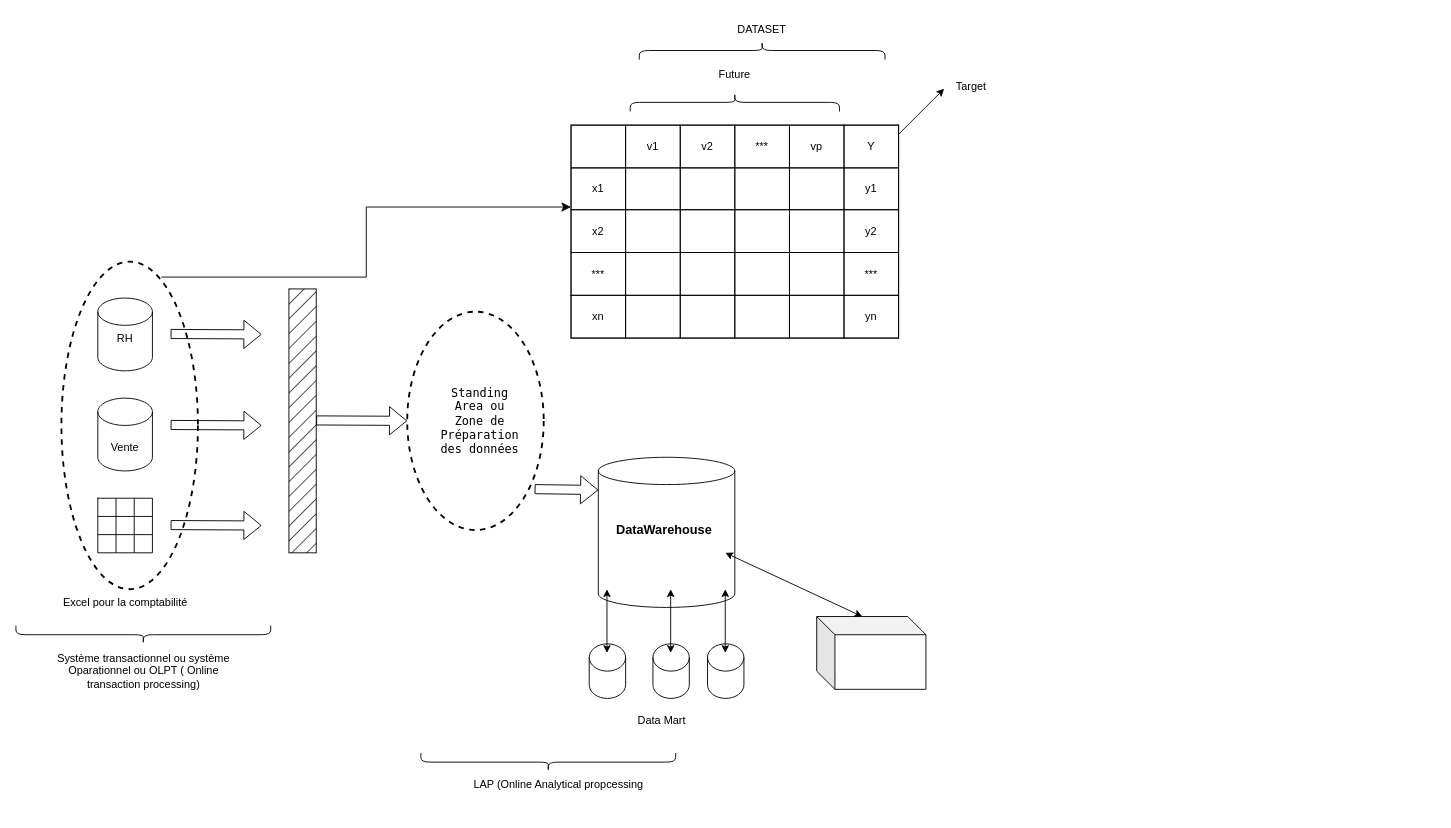
Earlier version of the draw.io diagram Diagramme sans nom.drawio (MasirikaConstantin/CURRICULUM-VITAE). Source tidied: cells renumbered, new cells numbered last; positions are measured from the earlier drawing's top-left corner, leaving out a move shared by most shapes. Both pictures are drawn from the tidied source at 91%, with x=0, y=0 at pixel (23, -73).
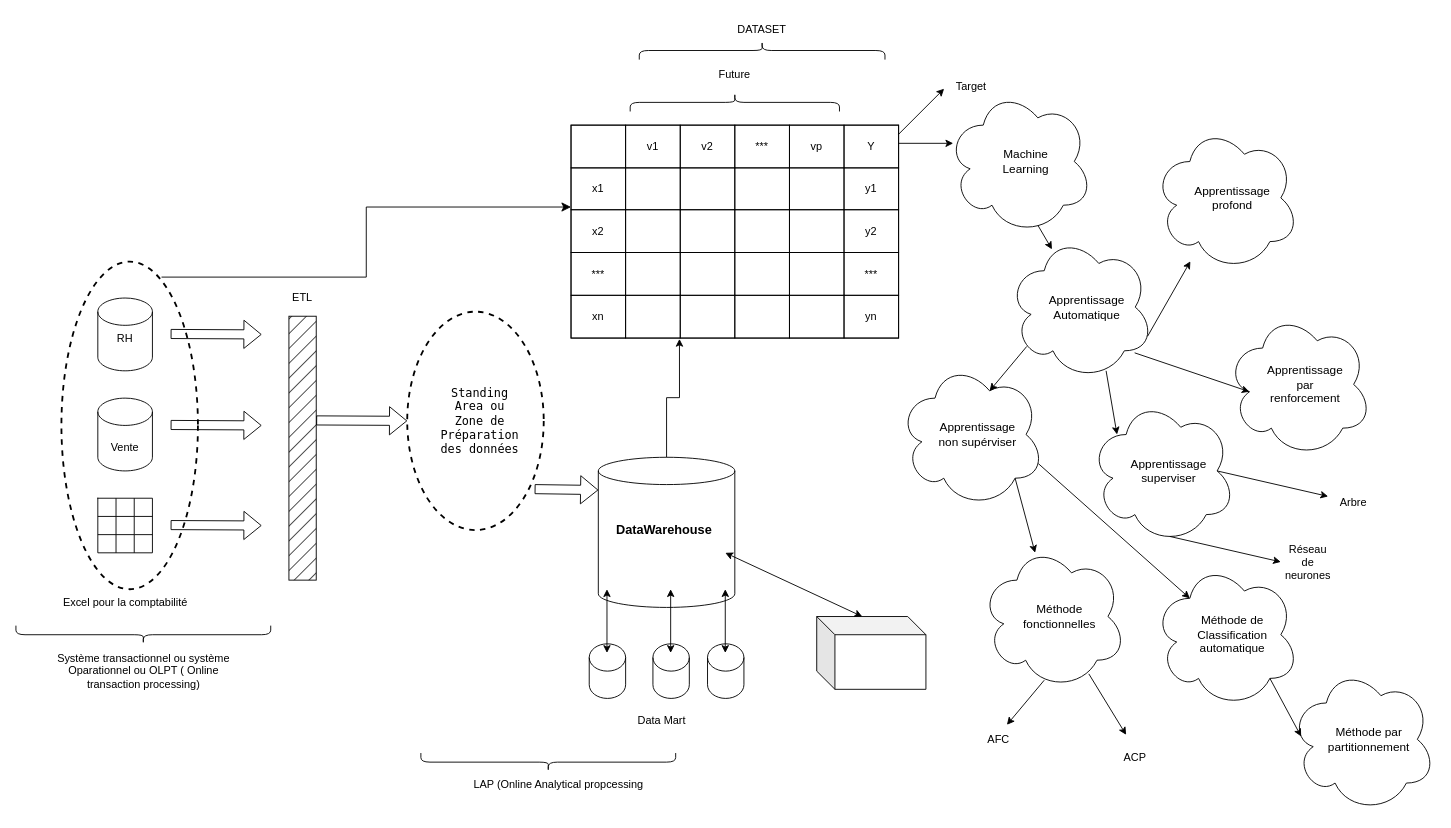
The same diagram, later.

Commit message (it also covers changes not shown here):
Mettre à jour Diagramme sans nom.drawio

The change refers to these unchanged cells:
```xml
<mxCell id="28" style="shape=cylinder3;whiteSpace=wrap;html=1;boundedLbl=1;backgroundOutline=1;size=15;" parent="1" vertex="1">
  <mxGeometry x="632" y="582" width="150" height="165" as="geometry" />
</mxCell>
<mxCell id="68" style="shape=tableRow;horizontal=0;startSize=0;swimlaneHead=0;swimlaneBody=0;top=0;left=0;bottom=0;right=0;fontStyle=0;fillColor=none;strokeColor=inherit;" parent="39" vertex="1">
  <mxGeometry y="187" width="360" height="47" as="geometry" />
</mxCell>
```

What changed in the source:
```diff
@@
     <mxCell id="24" style="rounded=0;whiteSpace=wrap;html=1;fillStyle=hatch;fillColor=#000000;" parent="1" vertex="1">
-      <mxGeometry x="292" y="397" width="30" height="290" as="geometry" />
+      <mxGeometry x="292" y="427" width="30" height="290" as="geometry" />
     </mxCell>
@@
+    <mxCell id="87" style="endArrow=classic;html=1;rounded=0;" parent="1" edge="1">
+      <mxGeometry relative="1" as="geometry">
+        <mxPoint x="962" y="237" as="sourcePoint" />
+        <mxPoint x="1022" y="237" as="targetPoint" />
+      </mxGeometry>
+    </mxCell>
+    <mxCell id="88" style="group;" parent="1" vertex="1">
+      <mxGeometry x="1015" y="177" width="160" height="160" as="geometry" />
+    </mxCell>
+    <mxCell id="89" style="ellipse;shape=cloud;whiteSpace=wrap;html=1;" parent="88" vertex="1">
+      <mxGeometry width="160" height="160" as="geometry" />
+    </mxCell>
+    <mxCell id="90" value="Machine Learning" style="text;strokeColor=none;align=center;fillColor=none;html=1;verticalAlign=middle;whiteSpace=wrap;rounded=0;fontSize=13;" parent="88" vertex="1">
+      <mxGeometry x="37" y="50" width="100" height="60" as="geometry" />
+    </mxCell>
+    <mxCell id="91" style="endArrow=classic;html=1;rounded=0;entryX=0.303;entryY=0.103;entryDx=0;entryDy=0;entryPerimeter=0;" parent="88" edge="1" target="93">
+      <mxGeometry relative="1" as="geometry">
+        <mxPoint x="100" y="150" as="sourcePoint" />
+      </mxGeometry>
+    </mxCell>
+    <mxCell id="92" style="group;" parent="1" vertex="1">
+      <mxGeometry x="1082" y="337" width="160" height="160" as="geometry" />
+    </mxCell>
+    <mxCell id="93" style="ellipse;shape=cloud;whiteSpace=wrap;html=1;" parent="92" vertex="1">
+      <mxGeometry width="160" height="160" as="geometry" />
+    </mxCell>
+    <mxCell id="94" value="Apprentissage Automatique" style="text;strokeColor=none;align=center;fillColor=none;html=1;verticalAlign=middle;whiteSpace=wrap;rounded=0;fontSize=13;" parent="92" vertex="1">
+      <mxGeometry x="37" y="50" width="100" height="60" as="geometry" />
+    </mxCell>
+    <mxCell id="95" style="endArrow=classic;html=1;rounded=0;" parent="92" edge="1">
+      <mxGeometry relative="1" as="geometry">
+        <mxPoint x="108" y="150" as="sourcePoint" />
+        <mxPoint x="120" y="220" as="targetPoint" />
+      </mxGeometry>
+    </mxCell>
+    <mxCell id="96" style="group;" parent="1" vertex="1">
+      <mxGeometry x="1172" y="517" width="160" height="160" as="geometry" />
+    </mxCell>
+    <mxCell id="97" style="ellipse;shape=cloud;whiteSpace=wrap;html=1;" parent="96" vertex="1">
+      <mxGeometry width="160" height="160" as="geometry" />
+    </mxCell>
+    <mxCell id="98" value="Apprentissage superviser" style="text;strokeColor=none;align=center;fillColor=none;html=1;verticalAlign=middle;whiteSpace=wrap;rounded=0;fontSize=13;" parent="96" vertex="1">
+      <mxGeometry x="37" y="50" width="100" height="60" as="geometry" />
+    </mxCell>
+    <mxCell id="99" style="group;" parent="1" vertex="1">
+      <mxGeometry x="1322" y="422" width="160" height="160" as="geometry" />
+    </mxCell>
+    <mxCell id="100" style="ellipse;shape=cloud;whiteSpace=wrap;html=1;" parent="99" vertex="1">
+      <mxGeometry width="160" height="160" as="geometry" />
+    </mxCell>
+    <mxCell id="101" value="Apprentissage par renforcement" style="text;strokeColor=none;align=center;fillColor=none;html=1;verticalAlign=middle;whiteSpace=wrap;rounded=0;fontSize=13;" parent="99" vertex="1">
+      <mxGeometry x="37" y="50" width="100" height="60" as="geometry" />
+    </mxCell>
+    <mxCell id="102" style="group;" parent="1" vertex="1">
+      <mxGeometry x="962" y="477" width="160" height="160" as="geometry" />
+    </mxCell>
+    <mxCell id="103" style="ellipse;shape=cloud;whiteSpace=wrap;html=1;" parent="102" vertex="1">
+      <mxGeometry width="160" height="160" as="geometry" />
+    </mxCell>
+    <mxCell id="104" value="Apprentissage non supérviser" style="text;strokeColor=none;align=center;fillColor=none;html=1;verticalAlign=middle;whiteSpace=wrap;rounded=0;fontSize=13;" parent="102" vertex="1">
+      <mxGeometry x="37" y="50" width="100" height="60" as="geometry" />
+    </mxCell>
+    <mxCell id="105" style="group;" parent="1" vertex="1">
+      <mxGeometry x="1052" y="677" width="160" height="160" as="geometry" />
+    </mxCell>
+    <mxCell id="106" style="ellipse;shape=cloud;whiteSpace=wrap;html=1;" parent="105" vertex="1">
+      <mxGeometry width="160" height="160" as="geometry" />
+    </mxCell>
+    <mxCell id="107" value="Méthode fonctionnelles" style="text;strokeColor=none;align=center;fillColor=none;html=1;verticalAlign=middle;whiteSpace=wrap;rounded=0;fontSize=13;" parent="105" vertex="1">
+      <mxGeometry x="37" y="50" width="100" height="60" as="geometry" />
+    </mxCell>
+    <mxCell id="108" style="group;" parent="1" vertex="1">
+      <mxGeometry x="1242" y="697" width="160" height="160" as="geometry" />
+    </mxCell>
+    <mxCell id="109" style="ellipse;shape=cloud;whiteSpace=wrap;html=1;" parent="108" vertex="1">
+      <mxGeometry width="160" height="160" as="geometry" />
+    </mxCell>
+    <mxCell id="110" value="Méthode de Classification automatique" style="text;strokeColor=none;align=center;fillColor=none;html=1;verticalAlign=middle;whiteSpace=wrap;rounded=0;fontSize=13;" parent="108" vertex="1">
+      <mxGeometry x="37" y="50" width="100" height="60" as="geometry" />
+    </mxCell>
+    <mxCell id="111" style="group;" parent="1" vertex="1">
+      <mxGeometry x="1242" y="217" width="160" height="160" as="geometry" />
+    </mxCell>
+    <mxCell id="112" style="ellipse;shape=cloud;whiteSpace=wrap;html=1;" parent="111" vertex="1">
+      <mxGeometry width="160" height="160" as="geometry" />
+    </mxCell>
+    <mxCell id="113" value="Apprentissage profond" style="text;strokeColor=none;align=center;fillColor=none;html=1;verticalAlign=middle;whiteSpace=wrap;rounded=0;fontSize=13;" parent="111" vertex="1">
+      <mxGeometry x="37" y="50" width="100" height="60" as="geometry" />
+    </mxCell>
+    <mxCell id="114" style="endArrow=classic;html=1;rounded=0;exitX=0.13;exitY=0.77;exitDx=0;exitDy=0;exitPerimeter=0;entryX=0.625;entryY=0.2;entryDx=0;entryDy=0;entryPerimeter=0;" parent="1" edge="1" source="93" target="103">
+      <mxGeometry relative="1" as="geometry" />
+    </mxCell>
+    <mxCell id="115" style="endArrow=classic;html=1;rounded=0;exitX=0.8;exitY=0.8;exitDx=0;exitDy=0;exitPerimeter=0;" parent="1" edge="1" source="103">
+      <mxGeometry relative="1" as="geometry">
+        <mxPoint x="1112" y="687" as="targetPoint" />
+      </mxGeometry>
+    </mxCell>
+    <mxCell id="116" style="endArrow=classic;html=1;rounded=0;exitX=0.13;exitY=0.77;exitDx=0;exitDy=0;exitPerimeter=0;entryX=0.625;entryY=0.2;entryDx=0;entryDy=0;entryPerimeter=0;" parent="1" edge="1">
+      <mxGeometry relative="1" as="geometry">
+        <mxPoint x="1122" y="827" as="sourcePoint" />
+        <mxPoint x="1081" y="876" as="targetPoint" />
+      </mxGeometry>
+    </mxCell>
+    <mxCell id="117" style="endArrow=classic;html=1;rounded=0;exitX=0.13;exitY=0.77;exitDx=0;exitDy=0;exitPerimeter=0;" parent="1" edge="1">
+      <mxGeometry relative="1" as="geometry">
+        <mxPoint x="1171" y="820" as="sourcePoint" />
+        <mxPoint x="1212" y="887" as="targetPoint" />
+      </mxGeometry>
+    </mxCell>
+    <mxCell id="118" value="&lt;div&gt;AFC&lt;/div&gt;" style="text;strokeColor=none;align=center;fillColor=none;html=1;verticalAlign=middle;whiteSpace=wrap;rounded=0;" parent="1" vertex="1">
+      <mxGeometry x="1042" y="877" width="60" height="30" as="geometry" />
+    </mxCell>
+    <mxCell id="119" value="ACP" style="text;strokeColor=none;align=center;fillColor=none;html=1;verticalAlign=middle;whiteSpace=wrap;rounded=0;" parent="1" vertex="1">
+      <mxGeometry x="1192" y="897" width="60" height="30" as="geometry" />
+    </mxCell>
+    <mxCell id="120" style="endArrow=classic;html=1;rounded=0;exitX=0.96;exitY=0.7;exitDx=0;exitDy=0;exitPerimeter=0;" parent="1" edge="1" source="93" target="112">
+      <mxGeometry relative="1" as="geometry" />
+    </mxCell>
+    <mxCell id="121" style="endArrow=classic;html=1;rounded=0;exitX=0.871;exitY=0.814;exitDx=0;exitDy=0;exitPerimeter=0;entryX=0.16;entryY=0.55;entryDx=0;entryDy=0;entryPerimeter=0;" parent="1" edge="1" source="93" target="100">
+      <mxGeometry relative="1" as="geometry" />
+    </mxCell>
+    <mxCell id="122" style="endArrow=classic;html=1;rounded=0;exitX=0.96;exitY=0.7;exitDx=0;exitDy=0;exitPerimeter=0;entryX=0.25;entryY=0.25;entryDx=0;entryDy=0;entryPerimeter=0;" parent="1" edge="1" source="103" target="109">
+      <mxGeometry relative="1" as="geometry" />
+    </mxCell>
+    <mxCell id="123" style="group;" parent="1" vertex="1">
+      <mxGeometry x="1392" y="812" width="160" height="160" as="geometry" />
+    </mxCell>
+    <mxCell id="124" style="ellipse;shape=cloud;whiteSpace=wrap;html=1;" parent="123" vertex="1">
+      <mxGeometry width="160" height="160" as="geometry" />
+    </mxCell>
+    <mxCell id="125" value="Méthode par partitionnement" style="text;strokeColor=none;align=center;fillColor=none;html=1;verticalAlign=middle;whiteSpace=wrap;rounded=0;fontSize=13;" parent="123" vertex="1">
+      <mxGeometry x="37" y="50" width="100" height="60" as="geometry" />
+    </mxCell>
+    <mxCell id="126" style="endArrow=classic;html=1;rounded=0;exitX=0.8;exitY=0.8;exitDx=0;exitDy=0;exitPerimeter=0;entryX=0.077;entryY=0.48;entryDx=0;entryDy=0;entryPerimeter=0;" parent="1" edge="1" source="109" target="124">
+      <mxGeometry relative="1" as="geometry" />
+    </mxCell>
+    <mxCell id="127" style="endArrow=classic;html=1;rounded=0;exitX=0.55;exitY=0.95;exitDx=0;exitDy=0;exitPerimeter=0;" parent="1" edge="1" source="97">
+      <mxGeometry relative="1" as="geometry">
+        <mxPoint x="1382" y="697" as="targetPoint" />
+      </mxGeometry>
+    </mxCell>
+    <mxCell id="128" value="&lt;div&gt;Réseau de neurones&lt;/div&gt;&lt;div&gt;&lt;br&gt;&lt;/div&gt;&lt;div&gt;&lt;br&gt;&lt;/div&gt;" style="text;strokeColor=none;align=center;fillColor=none;html=1;verticalAlign=middle;whiteSpace=wrap;rounded=0;" parent="1" vertex="1">
+      <mxGeometry x="1382" y="697" width="60" height="30" as="geometry" />
+    </mxCell>
+    <mxCell id="129" style="endArrow=classic;html=1;rounded=0;exitX=0.55;exitY=0.95;exitDx=0;exitDy=0;exitPerimeter=0;" parent="1" edge="1">
+      <mxGeometry relative="1" as="geometry">
+        <mxPoint x="1312" y="597" as="sourcePoint" />
+        <mxPoint x="1434" y="625" as="targetPoint" />
+      </mxGeometry>
+    </mxCell>
+    <mxCell id="130" value="Arbre" style="text;strokeColor=none;align=center;fillColor=none;html=1;verticalAlign=middle;whiteSpace=wrap;rounded=0;" parent="1" vertex="1">
+      <mxGeometry x="1432" y="617" width="60" height="30" as="geometry" />
+    </mxCell>
+    <mxCell id="131" style="edgeStyle=orthogonalEdgeStyle;rounded=0;jettySize=auto;html=1;exitX=0.5;exitY=0;exitDx=0;exitDy=0;exitPerimeter=0;entryX=0.331;entryY=1.02;entryDx=0;entryDy=0;entryPerimeter=0;" parent="1" edge="1" source="28" target="68">
+      <mxGeometry relative="1" as="geometry" />
+    </mxCell>
+    <mxCell id="132" value="ETL" style="text;strokeColor=none;align=center;fillColor=none;html=1;verticalAlign=middle;whiteSpace=wrap;rounded=0;" parent="1" vertex="1">
+      <mxGeometry x="277" y="392" width="60" height="30" as="geometry" />
+    </mxCell>
```
